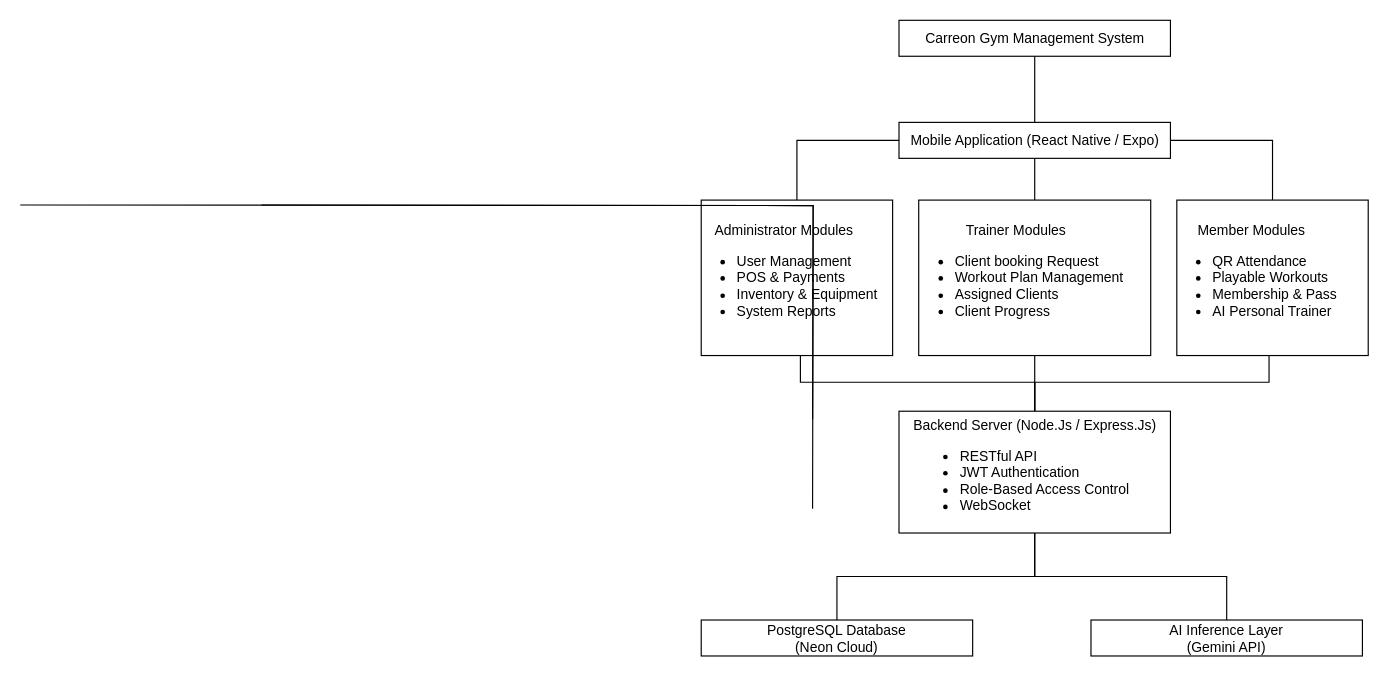
xelfus23/draw-io keeps this draw.io diagram as page "Block Diagram" (9 of 9) of Dataflow diagram.drawio. Above is the earlier version. Source tidied: cells renumbered, new cells numbered last; positions are measured from the earlier drawing's top-left corner, leaving out a move shared by most shapes. Both pictures are drawn from the tidied source at 116%, with x=0, y=0 at pixel (20, 20).
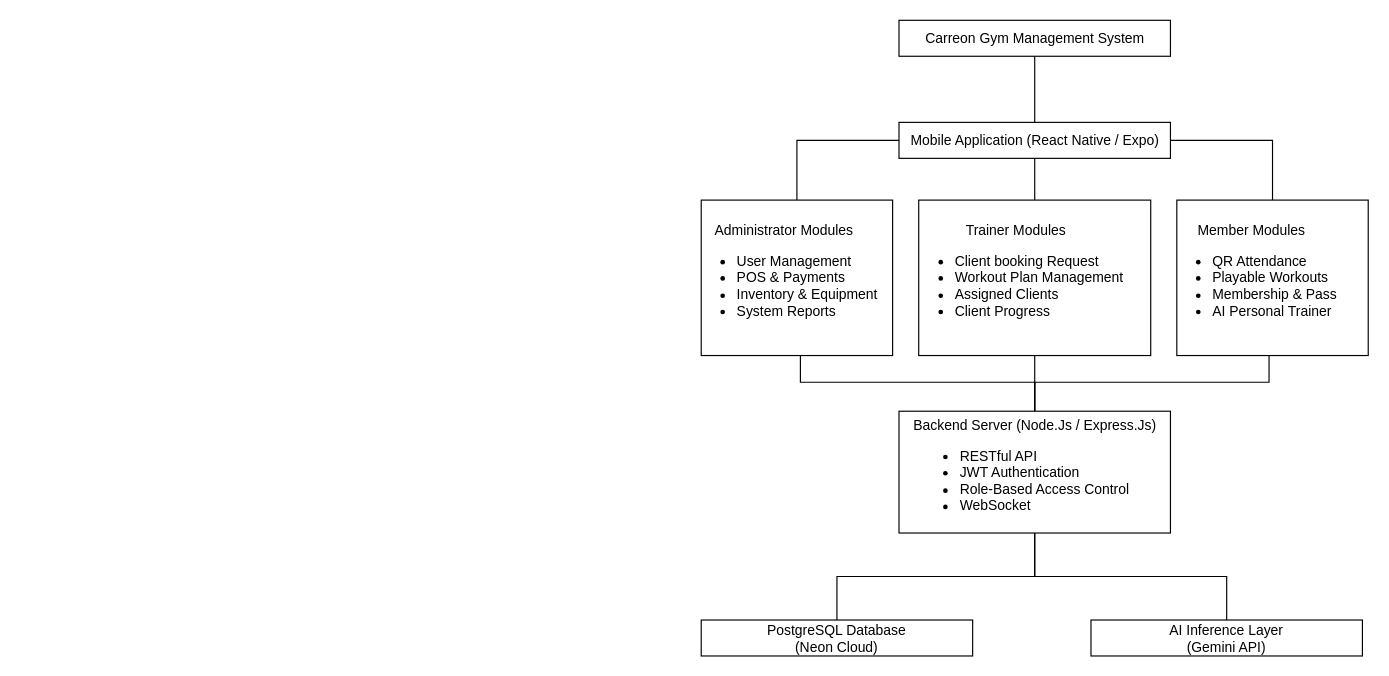
The same diagram, later.

Change to the diagram source:
```diff
@@
-    <mxCell id="16" style="rounded=0;orthogonalLoop=1;jettySize=auto;html=1;endArrow=none;endFill=0;edgeStyle=orthogonalEdgeStyle;" parent="1" edge="1">
-      <mxGeometry relative="1" as="geometry">
-        <mxPoint x="208" y="159.2" as="sourcePoint" />
-        <mxPoint x="683" y="344" as="targetPoint" />
-      </mxGeometry>
-    </mxCell>
-    <mxCell id="17" style="rounded=0;orthogonalLoop=1;jettySize=auto;html=1;endArrow=none;endFill=0;edgeStyle=orthogonalEdgeStyle;" parent="1" edge="1">
-      <mxGeometry relative="1" as="geometry">
-        <mxPoint y="159.2" as="sourcePoint" />
-        <mxPoint x="683" y="421" as="targetPoint" />
-      </mxGeometry>
-    </mxCell>
```
